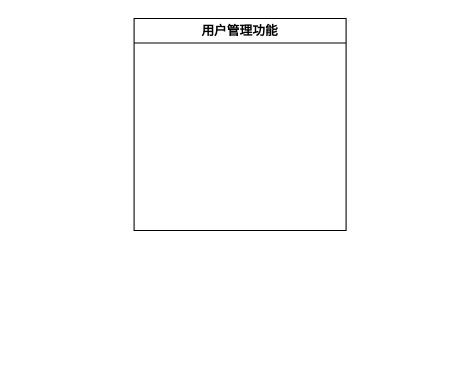
Running-Turtle1/Graph keeps this draw.io diagram as 海洋生物百科/用例图/用户管理功能.drawio. Above is the earlier version. Source tidied: cells renumbered, new cells numbered last; positions are measured from the earlier drawing's top-left corner, leaving out a move shared by most shapes. Both pictures are drawn from the tidied source at 106%, with x=0, y=0 at pixel (134, 18).
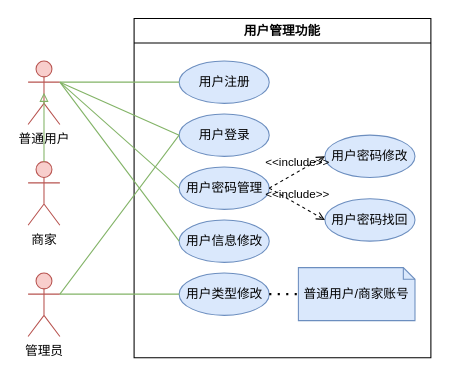
The same page after the edit.

Commit message (it also covers changes not shown here):
更新用户管理功能.drawio

Change to the diagram source:
```diff
@@
     <mxCell id="2" value="用户管理功能" style="swimlane;whiteSpace=wrap;html=1;" parent="1" vertex="1">
-      <mxGeometry width="200" height="200" as="geometry" />
+      <mxGeometry width="280" height="320" as="geometry" />
     </mxCell>
+    <mxCell id="3" value="用户注册" style="ellipse;whiteSpace=wrap;html=1;fillColor=#dae8fc;strokeColor=#6c8ebf;" parent="2" vertex="1">
+      <mxGeometry x="42.5" y="40" width="85" height="40" as="geometry" />
+    </mxCell>
+    <mxCell id="4" value="用户登录" style="ellipse;whiteSpace=wrap;html=1;fillColor=#dae8fc;strokeColor=#6c8ebf;" parent="2" vertex="1">
+      <mxGeometry x="42.5" y="90" width="85" height="40" as="geometry" />
+    </mxCell>
+    <mxCell id="5" value="用户密码管理" style="ellipse;whiteSpace=wrap;html=1;fillColor=#dae8fc;strokeColor=#6c8ebf;" parent="2" vertex="1">
+      <mxGeometry x="42.5" y="140" width="85" height="40" as="geometry" />
+    </mxCell>
+    <mxCell id="6" value="用户信息修改" style="ellipse;whiteSpace=wrap;html=1;fillColor=#dae8fc;strokeColor=#6c8ebf;" parent="2" vertex="1">
+      <mxGeometry x="42.5" y="190" width="85" height="40" as="geometry" />
+    </mxCell>
+    <mxCell id="7" value="用户类型修改" style="ellipse;whiteSpace=wrap;html=1;fillColor=#dae8fc;strokeColor=#6c8ebf;" parent="2" vertex="1">
+      <mxGeometry x="42.5" y="240" width="85" height="40" as="geometry" />
+    </mxCell>
+    <mxCell id="8" value="用户密码修改" style="ellipse;whiteSpace=wrap;html=1;fillColor=#dae8fc;strokeColor=#6c8ebf;" parent="2" vertex="1">
+      <mxGeometry x="180" y="110" width="85" height="40" as="geometry" />
+    </mxCell>
+    <mxCell id="9" value="用户密码找回" style="ellipse;whiteSpace=wrap;html=1;fillColor=#dae8fc;strokeColor=#6c8ebf;" parent="2" vertex="1">
+      <mxGeometry x="180" y="170" width="85" height="40" as="geometry" />
+    </mxCell>
+    <mxCell id="10" value="&amp;lt;&amp;lt;include&amp;gt;&amp;gt;" style="html=1;verticalAlign=bottom;labelBackgroundColor=none;endArrow=open;endFill=0;dashed=1;rounded=0;exitX=1;exitY=0.5;exitDx=0;exitDy=0;entryX=0;entryY=0.5;entryDx=0;entryDy=0;" parent="2" edge="1" source="5" target="8">
+      <mxGeometry relative="1" as="geometry" />
+    </mxCell>
+    <mxCell id="11" value="&amp;lt;&amp;lt;include&amp;gt;&amp;gt;" style="html=1;verticalAlign=bottom;labelBackgroundColor=none;endArrow=open;endFill=0;dashed=1;rounded=0;exitX=1;exitY=0.5;exitDx=0;exitDy=0;entryX=0;entryY=0.5;entryDx=0;entryDy=0;" parent="2" edge="1" source="5" target="9">
+      <mxGeometry relative="1" as="geometry" />
+    </mxCell>
+    <mxCell id="12" value="普通用户/商家账号" style="shape=note2;boundedLbl=1;whiteSpace=wrap;html=1;size=11;verticalAlign=top;align=center;fillColor=#dae8fc;strokeColor=#6c8ebf;" parent="2" vertex="1">
+      <mxGeometry x="155" y="235" width="110" height="50" as="geometry" />
+    </mxCell>
+    <mxCell id="13" style="endArrow=none;dashed=1;html=1;dashPattern=1 3;strokeWidth=2;rounded=0;exitX=1;exitY=0.5;exitDx=0;exitDy=0;entryX=0;entryY=0.5;entryDx=0;entryDy=0;entryPerimeter=0;" parent="2" edge="1" source="7" target="12">
+      <mxGeometry relative="1" as="geometry" />
+    </mxCell>
+    <mxCell id="14" value="普通用户" style="shape=umlActor;verticalLabelPosition=bottom;verticalAlign=top;html=1;fillColor=#f8cecc;strokeColor=#b85450;" parent="1" vertex="1">
+      <mxGeometry x="-100" y="40" width="30" height="60" as="geometry" />
+    </mxCell>
+    <mxCell id="15" value="商家" style="shape=umlActor;verticalLabelPosition=bottom;verticalAlign=top;html=1;fillColor=#f8cecc;strokeColor=#b85450;" parent="1" vertex="1">
+      <mxGeometry x="-100" y="135" width="30" height="60" as="geometry" />
+    </mxCell>
+    <mxCell id="16" value="管理员" style="shape=umlActor;verticalLabelPosition=bottom;verticalAlign=top;html=1;fillColor=#f8cecc;strokeColor=#b85450;" parent="1" vertex="1">
+      <mxGeometry x="-100" y="240" width="30" height="60" as="geometry" />
+    </mxCell>
+    <mxCell id="17" style="endArrow=block;endFill=0;html=1;rounded=0;fillColor=#d5e8d4;strokeColor=#82b366;exitX=0.5;exitY=0;exitDx=0;exitDy=0;exitPerimeter=0;entryX=0.5;entryY=0.5;entryDx=0;entryDy=0;entryPerimeter=0;" parent="1" edge="1" source="15" target="14">
+      <mxGeometry relative="1" as="geometry" />
+    </mxCell>
+    <mxCell id="18" style="endArrow=none;html=1;rounded=0;fillColor=#d5e8d4;strokeColor=#82b366;exitX=0;exitY=0.5;exitDx=0;exitDy=0;entryX=1;entryY=0.3333333333333333;entryDx=0;entryDy=0;entryPerimeter=0;" parent="1" edge="1" source="4" target="16">
+      <mxGeometry relative="1" as="geometry" />
+    </mxCell>
+    <mxCell id="19" style="endArrow=none;html=1;rounded=0;fillColor=#d5e8d4;strokeColor=#82b366;exitX=0;exitY=0.5;exitDx=0;exitDy=0;entryX=1;entryY=0.3333333333333333;entryDx=0;entryDy=0;entryPerimeter=0;" parent="1" edge="1" source="7" target="16">
+      <mxGeometry relative="1" as="geometry" />
+    </mxCell>
+    <mxCell id="20" style="endArrow=none;html=1;rounded=0;fillColor=#d5e8d4;strokeColor=#82b366;exitX=0;exitY=0.5;exitDx=0;exitDy=0;entryX=1;entryY=0.3333333333333333;entryDx=0;entryDy=0;entryPerimeter=0;" parent="1" edge="1" source="6" target="14">
+      <mxGeometry relative="1" as="geometry" />
+    </mxCell>
+    <mxCell id="21" style="endArrow=none;html=1;rounded=0;fillColor=#d5e8d4;strokeColor=#82b366;exitX=0;exitY=0.5;exitDx=0;exitDy=0;entryX=1;entryY=0.3333333333333333;entryDx=0;entryDy=0;entryPerimeter=0;" parent="1" edge="1" source="5" target="14">
+      <mxGeometry relative="1" as="geometry" />
+    </mxCell>
+    <mxCell id="22" style="endArrow=none;html=1;rounded=0;fillColor=#d5e8d4;strokeColor=#82b366;entryX=1;entryY=0.3333333333333333;entryDx=0;entryDy=0;entryPerimeter=0;exitX=0;exitY=0.5;exitDx=0;exitDy=0;" parent="1" edge="1" source="4" target="14">
+      <mxGeometry relative="1" as="geometry" />
+    </mxCell>
+    <mxCell id="23" style="endArrow=none;html=1;rounded=0;fillColor=#d5e8d4;strokeColor=#82b366;exitX=0;exitY=0.5;exitDx=0;exitDy=0;entryX=1;entryY=0.3333333333333333;entryDx=0;entryDy=0;entryPerimeter=0;" parent="1" edge="1" source="3" target="14">
+      <mxGeometry relative="1" as="geometry" />
+    </mxCell>
```
